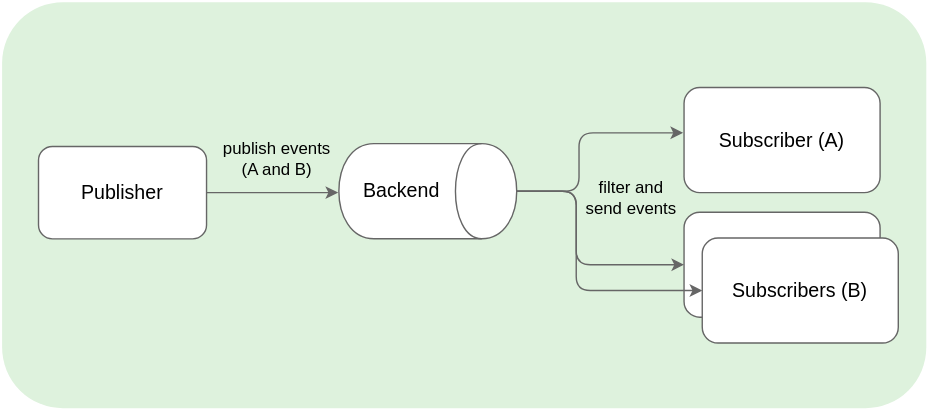
Before: docs/assets/evnt-pubsub.svg, a diagram exported from draw.io (kyma-project/eventing-manager). Source tidied: cells renumbered, new cells last; positions are measured from the earlier drawing's top-left corner, leaving out a move shared by most shapes.
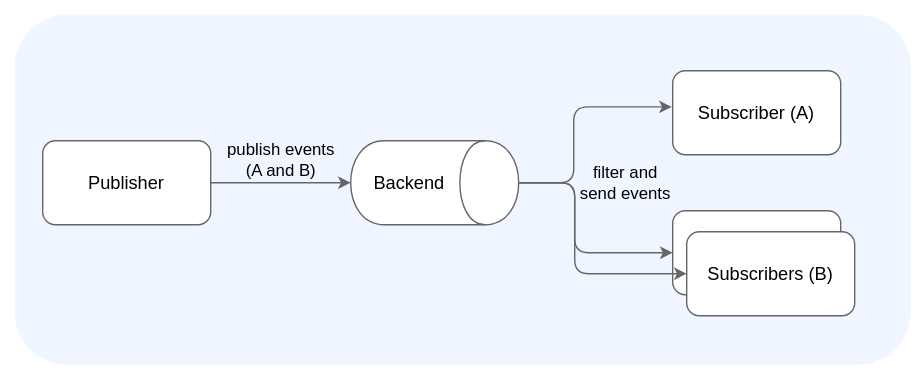
The same diagram one commit later.

Commit message:
adjust diagrams to styleguide

The edit, as a diff of the source:
```diff
@@ -2,51 +2,56 @@
   <root>
     <mxCell id="0" />
     <mxCell id="1" parent="0" />
+    <mxCell id="14" style="group;strokeWidth=2;verticalAlign=top;rounded=0;fillColor=#FFFFFF;" parent="1" vertex="1">
+      <mxGeometry x="-200" y="-70" width="660" height="270" as="geometry" />
+    </mxCell>
-    <mxCell id="2" style="group;strokeWidth=2;verticalAlign=top;rounded=1;fillColor=#DEF2DD;" parent="1" vertex="1">
-      <mxGeometry width="660" height="290" as="geometry" />
+    <mxCell id="2" style="group;strokeWidth=2;verticalAlign=top;rounded=1;fillColor=#F0F6FF;" parent="1" vertex="1">
+      <mxGeometry x="-190" y="-60" width="640" height="250" as="geometry" />
     </mxCell>
-    <mxCell id="3" value="&lt;font style=&quot;font-size: 14px&quot;&gt;&lt;font style=&quot;font-size: 14px&quot;&gt;Publisher&lt;/font&gt;&lt;br style=&quot;font-size: 14px&quot;&gt;&lt;/font&gt;" style="rounded=1;whiteSpace=wrap;html=1;labelBackgroundColor=none;strokeWidth=1;fontSize=14;strokeColor=#666666;" parent="1" vertex="1">
-      <mxGeometry x="26" y="103.1" width="120" height="66" as="geometry" />
+    <mxCell id="3" value="&lt;font style=&quot;&quot;&gt;&lt;font style=&quot;font-size: 13px;&quot;&gt;Publisher&lt;/font&gt;&lt;br style=&quot;font-size: 14px&quot;&gt;&lt;/font&gt;" style="rounded=1;whiteSpace=wrap;html=1;labelBackgroundColor=none;strokeWidth=1;fontSize=14;strokeColor=#666666;" parent="1" vertex="1">
+      <mxGeometry x="-170" y="30" width="120" height="60" as="geometry" />
     </mxCell>
-    <mxCell id="4" value="&lt;div style=&quot;text-align: justify;&quot;&gt;Backend&lt;/div&gt;" style="shape=cylinder;whiteSpace=wrap;html=1;boundedLbl=1;backgroundOutline=1;rotation=90;horizontal=0;fontSize=14;strokeColor=#666666;align=center;" parent="1" vertex="1">
-      <mxGeometry x="270" y="71.5" width="68" height="127" as="geometry" />
+    <mxCell id="4" value="&lt;div style=&quot;text-align: justify;&quot;&gt;&lt;font style=&quot;font-size: 13px;&quot;&gt;Backend&lt;/font&gt;&lt;/div&gt;" style="shape=cylinder;whiteSpace=wrap;html=1;boundedLbl=1;backgroundOutline=1;rotation=90;horizontal=0;fontSize=14;strokeColor=#666666;align=center;" parent="1" vertex="1">
+      <mxGeometry x="80" width="60" height="120" as="geometry" />
     </mxCell>
-    <mxCell id="5" value="publish events&lt;br&gt;(A and B)" style="text;html=1;align=center;verticalAlign=middle;" parent="1" vertex="1">
-      <mxGeometry x="146" y="92" width="100" height="40" as="geometry" />
-    </mxCell>
-    <mxCell id="6" value="filter and &lt;br&gt;send events" style="text;html=1;align=center;verticalAlign=middle;" parent="1" vertex="1">
-      <mxGeometry x="404" y="120.1" width="90" height="40" as="geometry" />
-    </mxCell>
-    <mxCell id="7" value="Subscriber (A)&lt;span style=&quot;font-size: 14px&quot;&gt;&lt;br style=&quot;font-size: 14px&quot;&gt;&lt;/span&gt;" style="rounded=1;whiteSpace=wrap;html=1;strokeWidth=1;fillColor=#ffffff;direction=south;fontSize=14;strokeColor=#666666;" parent="1" vertex="1">
-      <mxGeometry x="487" y="61" width="140" height="75" as="geometry" />
+    <mxCell id="7" value="&lt;font style=&quot;font-size: 13px;&quot;&gt;Subscriber (A)&lt;/font&gt;&lt;span style=&quot;font-size: 14px&quot;&gt;&lt;br style=&quot;font-size: 14px&quot;&gt;&lt;/span&gt;" style="rounded=1;whiteSpace=wrap;html=1;strokeWidth=1;fillColor=#ffffff;direction=south;fontSize=14;strokeColor=#666666;" parent="1" vertex="1">
+      <mxGeometry x="280" y="-20" width="120" height="60" as="geometry" />
     </mxCell>
-    <mxCell id="8" value="Subscriber&lt;span style=&quot;font-size: 14px&quot;&gt;&lt;br style=&quot;font-size: 14px&quot;&gt;&lt;/span&gt;" style="rounded=1;whiteSpace=wrap;html=1;strokeWidth=1;fillColor=#ffffff;direction=south;fontSize=14;strokeColor=#666666;" parent="1" vertex="1">
-      <mxGeometry x="487" y="150" width="140" height="75" as="geometry" />
+    <mxCell id="8" value="&lt;font style=&quot;font-size: 13px;&quot;&gt;Subscriber&lt;/font&gt;&lt;span style=&quot;font-size: 14px&quot;&gt;&lt;br style=&quot;font-size: 14px&quot;&gt;&lt;/span&gt;" style="rounded=1;whiteSpace=wrap;html=1;strokeWidth=1;fillColor=#ffffff;direction=south;fontSize=14;strokeColor=#666666;" parent="1" vertex="1">
+      <mxGeometry x="280" y="80" width="120" height="60" as="geometry" />
     </mxCell>
-    <mxCell id="9" value="Subscribers (B)&lt;span style=&quot;font-size: 14px&quot;&gt;&lt;br style=&quot;font-size: 14px&quot;&gt;&lt;/span&gt;" style="rounded=1;whiteSpace=wrap;html=1;strokeWidth=1;fillColor=#ffffff;direction=south;fontSize=14;strokeColor=#666666;" parent="1" vertex="1">
-      <mxGeometry x="500" y="168.4" width="140" height="75" as="geometry" />
-    </mxCell>
-    <mxCell id="10" style="endArrow=classic;html=1;rounded=1;exitX=1;exitY=0.5;exitDx=0;exitDy=0;strokeColor=#666666;" parent="1" edge="1" source="3">
-      <mxGeometry relative="1" as="geometry">
-        <mxPoint x="240" y="136" as="targetPoint" />
-      </mxGeometry>
+    <mxCell id="10" style="endArrow=classic;html=1;rounded=1;exitX=1;exitY=0.5;exitDx=0;exitDy=0;strokeColor=#666666;entryX=0.5;entryY=1;entryDx=0;entryDy=0;" parent="1" edge="1" source="3" target="4">
+      <mxGeometry relative="1" as="geometry" />
     </mxCell>
+    <mxCell id="5" value="&lt;font style=&quot;font-size: 12px;&quot;&gt;publish events&lt;br&gt;(A and B)&lt;/font&gt;" style="edgeLabel;html=1;align=center;verticalAlign=middle;labelBorderColor=none;labelBackgroundColor=none;" parent="10" vertex="1">
+      <mxGeometry x="0.19" y="3" relative="1" as="geometry">
+        <mxPoint x="-10" y="-13" as="offset" />
+      </mxGeometry>
+    </mxCell>
     <mxCell id="11" style="edgeStyle=elbowEdgeStyle;elbow=horizontal;endArrow=classic;html=1;rounded=1;strokeColor=#666666;entryX=0.431;entryY=1.005;entryDx=0;entryDy=0;entryPerimeter=0;" parent="1" edge="1" source="4" target="7">
       <mxGeometry relative="1" as="geometry" />
     </mxCell>
+    <mxCell id="6" value="&lt;font style=&quot;font-size: 12px;&quot;&gt;filter and&lt;br style=&quot;border-color: var(--border-color);&quot;&gt;send events&lt;/font&gt;" style="edgeLabel;html=1;align=center;verticalAlign=middle;labelBackgroundColor=none;" parent="11" vertex="1">
+      <mxGeometry x="-0.28" relative="1" as="geometry">
+        <mxPoint x="36" y="19" as="offset" />
+      </mxGeometry>
+    </mxCell>
     <mxCell id="12" style="edgeStyle=elbowEdgeStyle;elbow=horizontal;endArrow=classic;html=1;rounded=1;strokeColor=#666666;exitX=0.5;exitY=0;exitDx=0;exitDy=0;entryX=0.5;entryY=1;entryDx=0;entryDy=0;" parent="1" edge="1" source="4" target="8">
       <mxGeometry relative="1" as="geometry">
         <Array as="points">
-          <mxPoint x="410" y="160" />
+          <mxPoint x="210" y="80" />
         </Array>
       </mxGeometry>
     </mxCell>
     <mxCell id="13" style="edgeStyle=elbowEdgeStyle;elbow=horizontal;endArrow=classic;html=1;rounded=1;strokeColor=#666666;exitX=0.5;exitY=0;exitDx=0;exitDy=0;entryX=0.5;entryY=1;entryDx=0;entryDy=0;" parent="1" edge="1" source="4" target="9">
       <mxGeometry relative="1" as="geometry">
         <Array as="points">
-          <mxPoint x="410" y="170" />
+          <mxPoint x="210" y="90" />
         </Array>
       </mxGeometry>
     </mxCell>
+    <mxCell id="9" value="&lt;font style=&quot;font-size: 13px;&quot;&gt;Subscribers (B)&lt;/font&gt;&lt;span style=&quot;font-size: 14px&quot;&gt;&lt;br style=&quot;font-size: 14px&quot;&gt;&lt;/span&gt;" style="rounded=1;whiteSpace=wrap;html=1;strokeWidth=1;fillColor=#ffffff;direction=south;fontSize=14;strokeColor=#666666;" parent="1" vertex="1">
+      <mxGeometry x="290" y="95" width="120" height="60" as="geometry" />
+    </mxCell>
   </root>
 </mxGraphModel>
```
